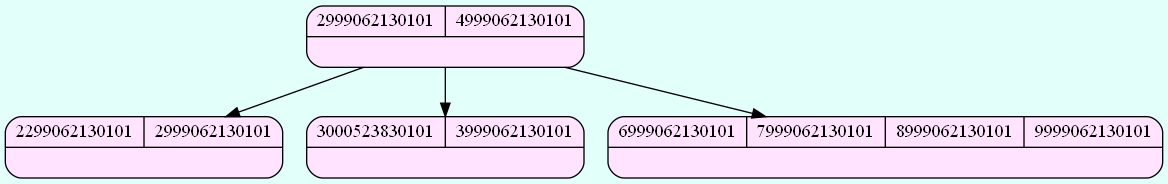
Serch-ING/EDD_UDRAWING_202000119 keeps this Graphviz diagram as FASE 2/Grafico/Admin_Btree_Clients.png. Above is the earlier version. Its source is kept beside it as FASE 2/Grafico/Admin_Btree_Clients.dot.
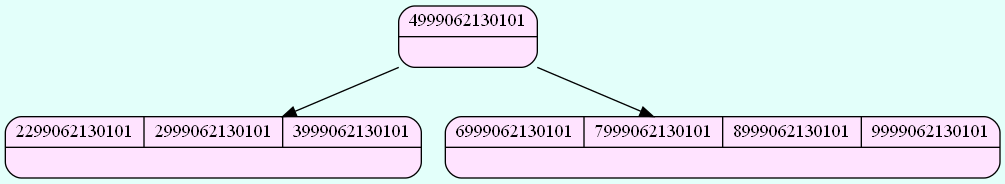
After the commit.

Commit message:
agregandi editar cliente y arreglando insertar cliente admin

The edit, as a diff of the source:
```diff
@@ -1,12 +1,10 @@
 digraph structs {
   bgcolor = "#E3FFFA"
  node [shape=Mrecord fillcolor="#FFE3FF" style =filled];
-struct377908872[label="{{2999062130101| 4999062130101}|<here>}"];
-struct443185546[label="{{2299062130101| 2999062130101}|<here>}"];
-struct1960816013[label="{{3000523830101| 3999062130101}|<here>}"];
-struct239528265[label="{{6999062130101| 7999062130101| 8999062130101| 9999062130101}|<here>}"];
+struct481199264[label="{{4999062130101}|<here>}"];
+struct77305773[label="{{2299062130101| 2999062130101| 3999062130101}|<here>}"];
+struct994847838[label="{{6999062130101| 7999062130101| 8999062130101| 9999062130101}|<here>}"];
 
-struct377908872->struct443185546;
-struct377908872->struct1960816013;
-struct377908872->struct239528265;
+struct481199264->struct77305773;
+struct481199264->struct994847838;
 }
```
